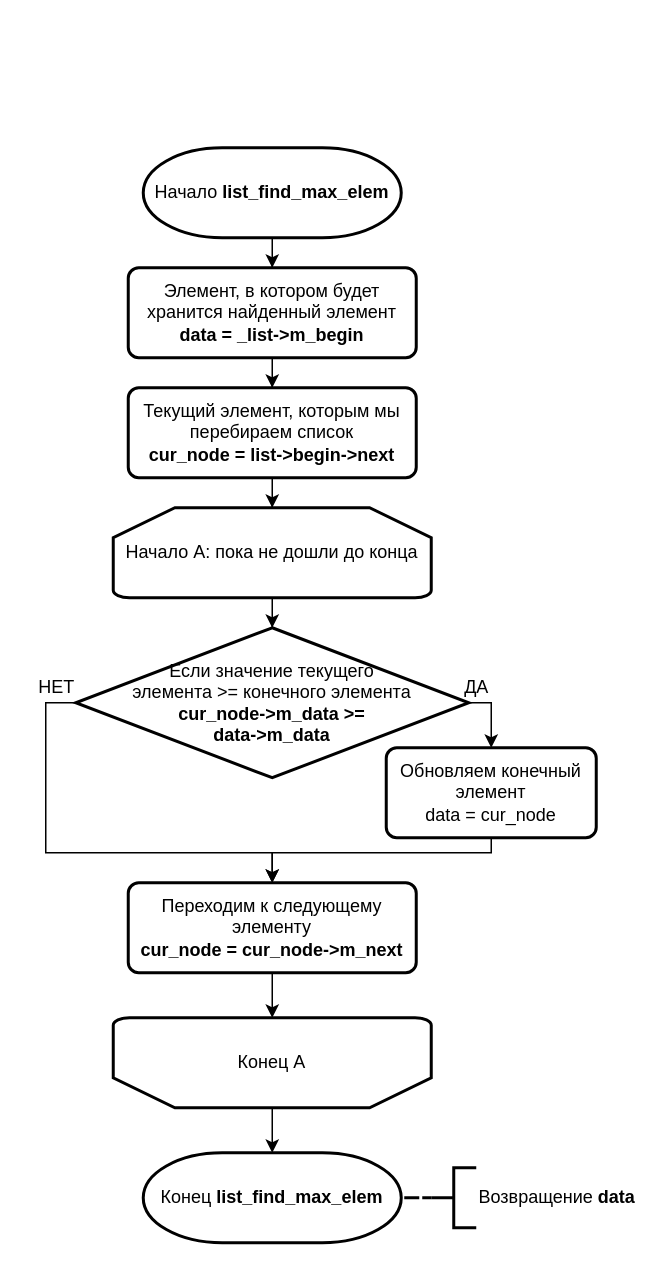
AKTOETO/LW4-2022 keeps this draw.io diagram as page "list_find_max_elem" (8 of 8) of diagrams/All.drawio. Above is the earlier version. Source tidied: cells renumbered, new cells numbered last; positions are measured from the earlier drawing's top-left corner, leaving out a move shared by most shapes. Both pictures are drawn from the tidied source at 150%, with x=0, y=0 at pixel (26, 147).
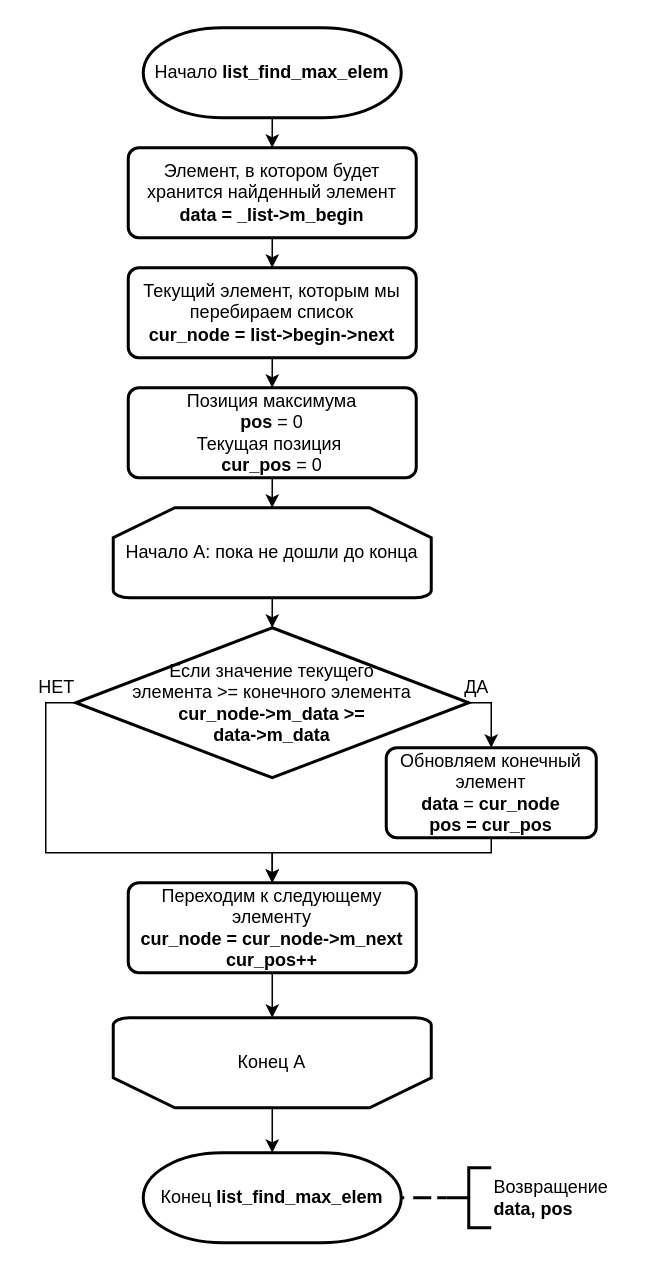
The same page after the edit.

Commit message (it also covers changes not shown here):
added node_get_data ALO

Unchanged cells that the change refers to:
```xml
<mxCell id="9" value="Начало А: пока не дошли до конца" style="strokeWidth=2;html=1;shape=mxgraph.flowchart.loop_limit;whiteSpace=wrap;" parent="1" vertex="1">
  <mxGeometry x="58" y="240" width="212" height="60" as="geometry" />
</mxCell>
```

Diff of the diagram source:
```diff
@@
     <mxCell id="3" value="Начало &lt;b&gt;list_find_max_elem&lt;/b&gt;" style="strokeWidth=2;html=1;shape=mxgraph.flowchart.terminator;whiteSpace=wrap;" parent="1" vertex="1">
-      <mxGeometry x="78" width="172" height="60" as="geometry" />
+      <mxGeometry x="78" y="-80" width="172" height="60" as="geometry" />
     </mxCell>
@@
     <mxCell id="5" value="Элемент, в котором будет хранится найденный элемент&lt;br&gt;&lt;b&gt;data =&amp;nbsp;_list-&amp;gt;m_begin&lt;/b&gt;" style="rounded=1;whiteSpace=wrap;html=1;absoluteArcSize=1;arcSize=14;strokeWidth=2;shadow=0;glass=0;sketch=0;" parent="1" vertex="1">
-      <mxGeometry x="68" y="80" width="192" height="60" as="geometry" />
+      <mxGeometry x="68" width="192" height="60" as="geometry" />
     </mxCell>
-    <mxCell id="6" style="edgeStyle=orthogonalEdgeStyle;rounded=0;jettySize=auto;html=1;endArrow=classic;endFill=1;strokeWidth=1;" parent="1" edge="1" source="7" target="9">
+    <mxCell id="6" style="edgeStyle=orthogonalEdgeStyle;rounded=0;jettySize=auto;html=1;endArrow=classic;endFill=1;strokeWidth=1;startArrow=none;" parent="1" edge="1" source="24" target="9">
       <mxGeometry relative="1" as="geometry" />
     </mxCell>
     <mxCell id="7" value="Текущий элемент, которым мы перебираем список&lt;br&gt;&lt;b&gt;cur_node = list-&amp;gt;begin-&amp;gt;next&lt;/b&gt;" style="rounded=1;whiteSpace=wrap;html=1;absoluteArcSize=1;arcSize=14;strokeWidth=2;shadow=0;glass=0;sketch=0;" parent="1" vertex="1">
-      <mxGeometry x="68" y="160" width="192" height="60" as="geometry" />
+      <mxGeometry x="68" y="80" width="192" height="60" as="geometry" />
     </mxCell>
@@
-    <mxCell id="14" value="Обновляем конечный элемент&lt;br&gt;data = cur_node" style="rounded=1;whiteSpace=wrap;html=1;absoluteArcSize=1;arcSize=14;strokeWidth=2;shadow=0;glass=0;sketch=0;" parent="1" vertex="1">
+    <mxCell id="14" value="Обновляем конечный элемент&lt;br&gt;&lt;b&gt;data &lt;/b&gt;= &lt;b&gt;cur_node&lt;br&gt;&lt;/b&gt;&lt;div&gt;&lt;b&gt;pos = cur_pos&lt;/b&gt;&lt;/div&gt;" style="rounded=1;whiteSpace=wrap;html=1;absoluteArcSize=1;arcSize=14;strokeWidth=2;shadow=0;glass=0;sketch=0;" parent="1" vertex="1">
       <mxGeometry x="240" y="400" width="140" height="60" as="geometry" />
     </mxCell>
@@
-    <mxCell id="17" value="Переходим к следующему элементу&lt;br&gt;&lt;b&gt;cur_node = cur_node-&amp;gt;m_next&lt;/b&gt;" style="rounded=1;whiteSpace=wrap;html=1;absoluteArcSize=1;arcSize=14;strokeWidth=2;shadow=0;glass=0;sketch=0;" parent="1" vertex="1">
+    <mxCell id="17" value="Переходим к следующему элементу&lt;br&gt;&lt;b&gt;cur_node = cur_node-&amp;gt;m_next&lt;br&gt;cur_pos++&lt;br&gt;&lt;/b&gt;" style="rounded=1;whiteSpace=wrap;html=1;absoluteArcSize=1;arcSize=14;strokeWidth=2;shadow=0;glass=0;sketch=0;" parent="1" vertex="1">
       <mxGeometry x="68" y="490" width="192" height="60" as="geometry" />
     </mxCell>
@@
-    <mxCell id="23" value="Возвращение &lt;b&gt;data&lt;/b&gt;" style="strokeWidth=2;html=1;shape=mxgraph.flowchart.annotation_2;align=left;labelPosition=right;" parent="1" vertex="1">
-      <mxGeometry x="270" y="680" width="30" height="40" as="geometry" />
+    <mxCell id="23" value="Возвращение&lt;br&gt;&lt;b&gt;data,&amp;nbsp;&lt;/b&gt;&lt;b style=&quot;text-align: center&quot;&gt;pos&amp;nbsp;&lt;/b&gt;&lt;b&gt;&lt;br&gt;&lt;/b&gt;" style="strokeWidth=2;html=1;shape=mxgraph.flowchart.annotation_2;align=left;labelPosition=right;" parent="1" vertex="1">
+      <mxGeometry x="280" y="680" width="30" height="40" as="geometry" />
     </mxCell>
+    <mxCell id="24" value="Позиция максимума&lt;br&gt;&lt;b&gt;pos&lt;/b&gt;&amp;nbsp;= 0&lt;br&gt;Текущая позиция&amp;nbsp;&lt;br&gt;&lt;b&gt;cur_pos&lt;/b&gt; = 0" style="rounded=1;whiteSpace=wrap;html=1;absoluteArcSize=1;arcSize=14;strokeWidth=2;shadow=0;glass=0;sketch=0;" parent="1" vertex="1">
+      <mxGeometry x="68" y="160" width="192" height="60" as="geometry" />
+    </mxCell>
+    <mxCell id="25" style="edgeStyle=orthogonalEdgeStyle;rounded=0;jettySize=auto;html=1;endArrow=classic;endFill=1;strokeWidth=1;" parent="1" edge="1" source="7" target="24">
+      <mxGeometry relative="1" as="geometry" />
+    </mxCell>
```
